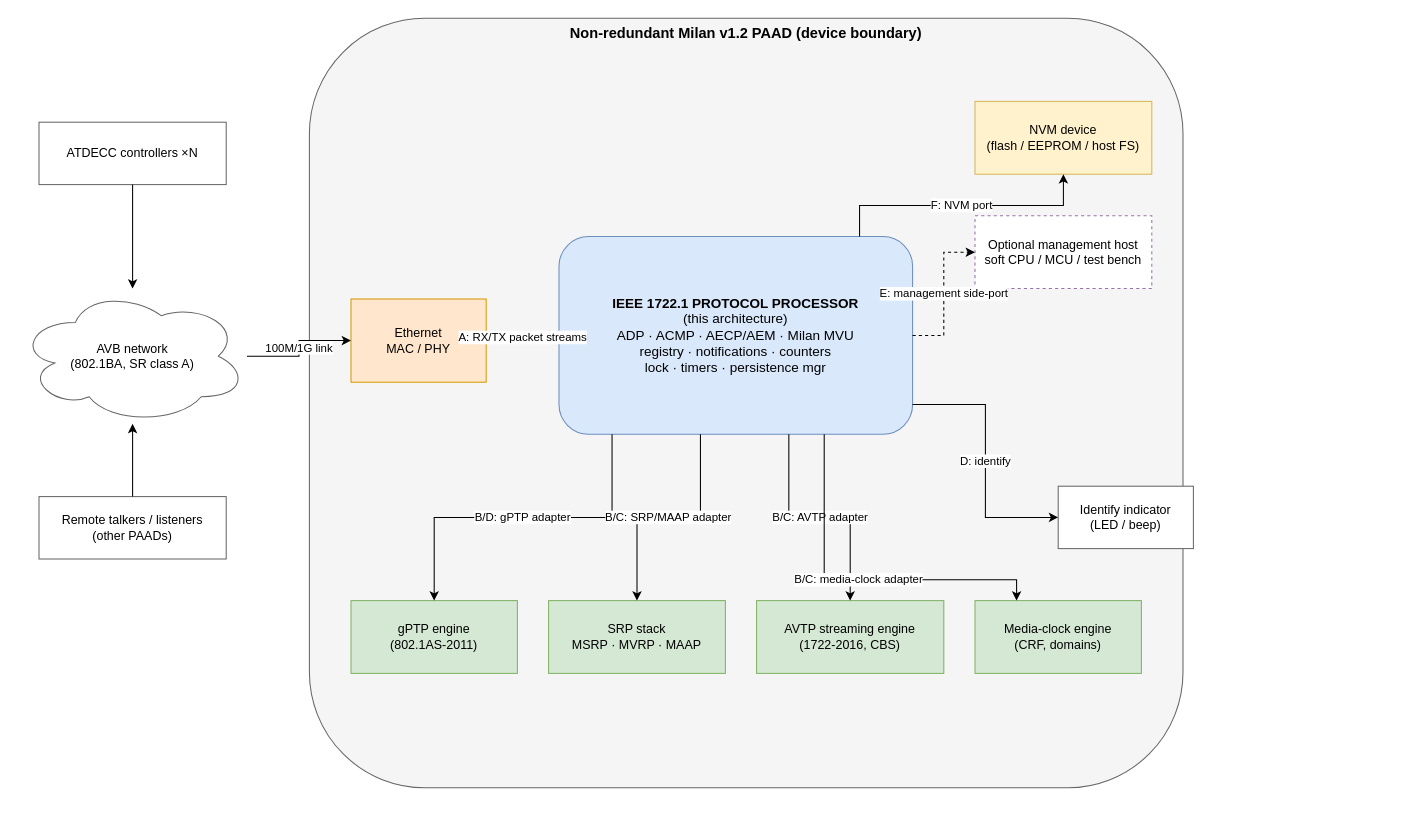
Earlier version of the draw.io diagram docs/diagrams/src/01-system-context.drawio (Mister-M-alt/protocol-processor-control-plane-avb-milan). Source tidied: cells renumbered, new cells numbered last; positions are measured from the earlier drawing's top-left corner, leaving out a move shared by most shapes. Both pictures are drawn from the tidied source at 104%, with x=0, y=0 at pixel (18, 18).
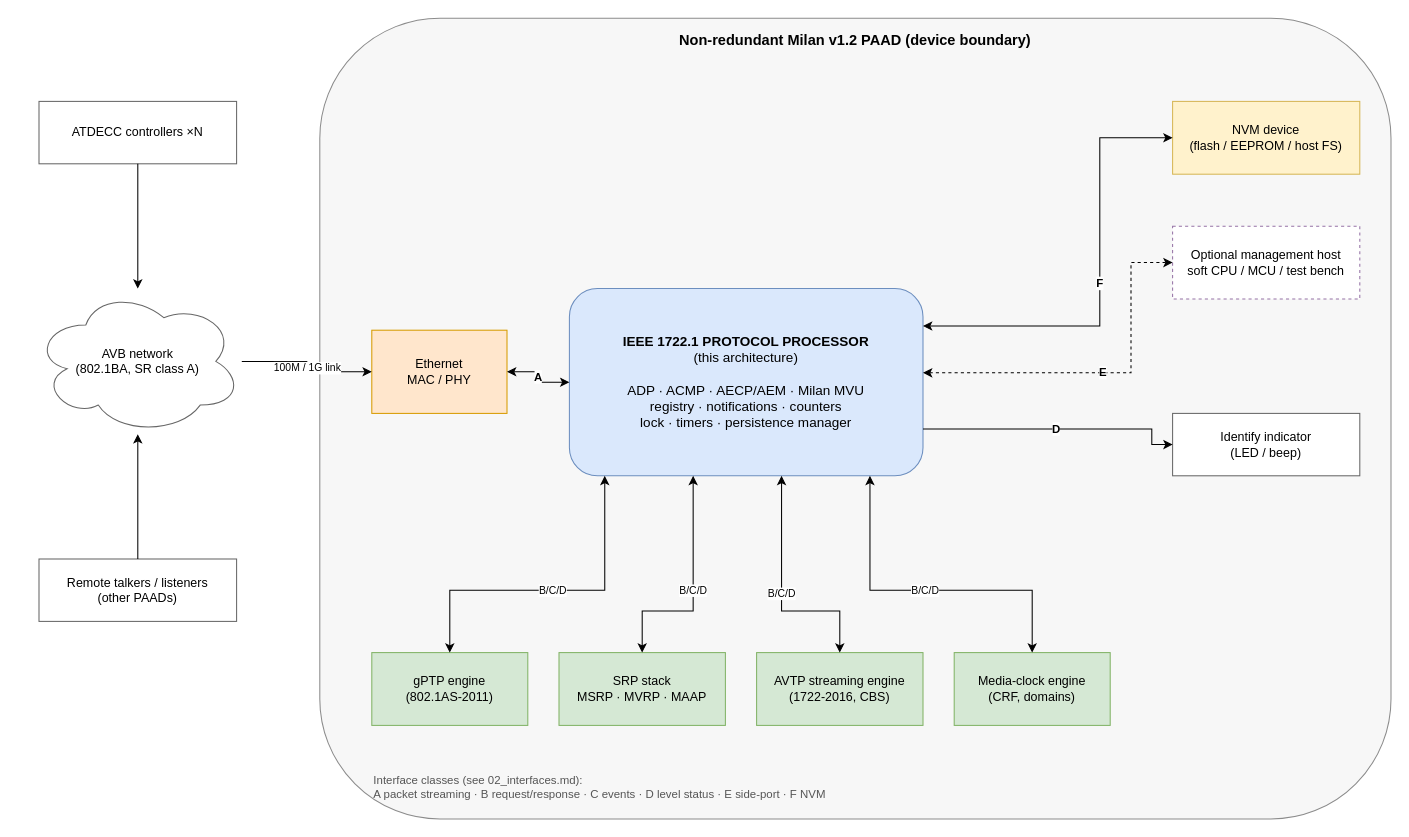
Above is the later version.

The edit, as a diff of the source:
```diff
@@
-    <mxCell id="2" value="Non-redundant Milan v1.2 PAAD (device boundary)" style="rounded=1;whiteSpace=wrap;html=1;fillColor=#f5f5f5;strokeColor=#666666;verticalAlign=top;fontSize=14;fontStyle=1;dashed=0;" parent="1" vertex="1">
-      <mxGeometry x="280" width="840" height="740" as="geometry" />
+    <mxCell id="2" value="Non-redundant Milan v1.2 PAAD (device boundary)" style="rounded=1;whiteSpace=wrap;html=1;fillColor=#f7f7f7;strokeColor=#8c8c8c;verticalAlign=top;fontSize=14;fontStyle=1;spacingTop=6;" parent="1" vertex="1">
+      <mxGeometry x="290" width="1030" height="770" as="geometry" />
     </mxCell>
+    <mxCell id="4" value="ATDECC controllers ×N" style="rounded=0;whiteSpace=wrap;html=1;fillColor=#ffffff;strokeColor=#666666;fontSize=12;" parent="1" vertex="1">
+      <mxGeometry x="20" y="80" width="190" height="60" as="geometry" />
+    </mxCell>
-    <mxCell id="3" value="AVB network&lt;br&gt;(802.1BA, SR class A)" style="shape=cloud;whiteSpace=wrap;html=1;fillColor=#ffffff;strokeColor=#666666;fontSize=12;" parent="1" vertex="1">
-      <mxGeometry y="260" width="220" height="130" as="geometry" />
+    <mxCell id="3" value="AVB network&#10;(802.1BA, SR class A)" style="shape=cloud;whiteSpace=wrap;html=1;fillColor=#ffffff;strokeColor=#666666;fontSize=12;" parent="1" vertex="1">
+      <mxGeometry x="15" y="260" width="200" height="140" as="geometry" />
     </mxCell>
-    <mxCell id="4" value="ATDECC controllers ×N" style="rounded=0;whiteSpace=wrap;html=1;fillColor=#ffffff;strokeColor=#666666;" parent="1" vertex="1">
-      <mxGeometry x="20" y="100" width="180" height="60" as="geometry" />
-    </mxCell>
-    <mxCell id="5" value="Remote talkers / listeners&lt;br&gt;(other PAADs)" style="rounded=0;whiteSpace=wrap;html=1;fillColor=#ffffff;strokeColor=#666666;" parent="1" vertex="1">
-      <mxGeometry x="20" y="460" width="180" height="60" as="geometry" />
+    <mxCell id="5" value="Remote talkers / listeners&#10;(other PAADs)" style="rounded=0;whiteSpace=wrap;html=1;fillColor=#ffffff;strokeColor=#666666;fontSize=12;" parent="1" vertex="1">
+      <mxGeometry x="20" y="520" width="190" height="60" as="geometry" />
     </mxCell>
-    <mxCell id="6" value="Ethernet&lt;br&gt;MAC / PHY" style="rounded=0;whiteSpace=wrap;html=1;fillColor=#ffe6cc;strokeColor=#d79b00;" parent="1" vertex="1">
-      <mxGeometry x="320" y="270" width="130" height="80" as="geometry" />
+    <mxCell id="6" value="Ethernet&#10;MAC / PHY" style="rounded=0;whiteSpace=wrap;html=1;fillColor=#ffe6cc;strokeColor=#d79b00;fontSize=12;" parent="1" vertex="1">
+      <mxGeometry x="340" y="300" width="130" height="80" as="geometry" />
     </mxCell>
-    <mxCell id="7" value="&lt;b&gt;IEEE 1722.1 PROTOCOL PROCESSOR&lt;/b&gt;&lt;br&gt;(this architecture)&lt;br&gt;ADP · ACMP · AECP/AEM · Milan MVU&lt;br&gt;registry · notifications · counters&lt;br&gt;lock · timers · persistence mgr" style="rounded=1;whiteSpace=wrap;html=1;fillColor=#dae8fc;strokeColor=#6c8ebf;fontSize=13;" parent="1" vertex="1">
-      <mxGeometry x="520" y="210" width="340" height="190" as="geometry" />
+    <mxCell id="7" value="&lt;b&gt;IEEE 1722.1 PROTOCOL PROCESSOR&lt;/b&gt;&#10;(this architecture)&#10;&#10;ADP · ACMP · AECP/AEM · Milan MVU&#10;registry · notifications · counters&#10;lock · timers · persistence manager" style="rounded=1;whiteSpace=wrap;html=1;fillColor=#dae8fc;strokeColor=#6c8ebf;fontSize=13;verticalAlign=middle;" parent="1" vertex="1">
+      <mxGeometry x="530" y="260" width="340" height="180" as="geometry" />
     </mxCell>
-    <mxCell id="8" value="gPTP engine&lt;br&gt;(802.1AS-2011)" style="rounded=0;whiteSpace=wrap;html=1;fillColor=#d5e8d4;strokeColor=#82b366;" parent="1" vertex="1">
-      <mxGeometry x="320" y="560" width="160" height="70" as="geometry" />
+    <mxCell id="8" value="gPTP engine&#10;(802.1AS-2011)" style="rounded=0;whiteSpace=wrap;html=1;fillColor=#d5e8d4;strokeColor=#82b366;fontSize=12;" parent="1" vertex="1">
+      <mxGeometry x="340" y="610" width="150" height="70" as="geometry" />
     </mxCell>
-    <mxCell id="9" value="SRP stack&lt;br&gt;MSRP · MVRP · MAAP" style="rounded=0;whiteSpace=wrap;html=1;fillColor=#d5e8d4;strokeColor=#82b366;" parent="1" vertex="1">
-      <mxGeometry x="510" y="560" width="170" height="70" as="geometry" />
+    <mxCell id="9" value="SRP stack&#10;MSRP · MVRP · MAAP" style="rounded=0;whiteSpace=wrap;html=1;fillColor=#d5e8d4;strokeColor=#82b366;fontSize=12;" parent="1" vertex="1">
+      <mxGeometry x="520" y="610" width="160" height="70" as="geometry" />
     </mxCell>
-    <mxCell id="10" value="AVTP streaming engine&lt;br&gt;(1722-2016, CBS)" style="rounded=0;whiteSpace=wrap;html=1;fillColor=#d5e8d4;strokeColor=#82b366;" parent="1" vertex="1">
-      <mxGeometry x="710" y="560" width="180" height="70" as="geometry" />
+    <mxCell id="10" value="AVTP streaming engine&#10;(1722-2016, CBS)" style="rounded=0;whiteSpace=wrap;html=1;fillColor=#d5e8d4;strokeColor=#82b366;fontSize=12;" parent="1" vertex="1">
+      <mxGeometry x="710" y="610" width="160" height="70" as="geometry" />
     </mxCell>
-    <mxCell id="11" value="Media-clock engine&lt;br&gt;(CRF, domains)" style="rounded=0;whiteSpace=wrap;html=1;fillColor=#d5e8d4;strokeColor=#82b366;" parent="1" vertex="1">
-      <mxGeometry x="920" y="560" width="160" height="70" as="geometry" />
+    <mxCell id="11" value="Media-clock engine&#10;(CRF, domains)" style="rounded=0;whiteSpace=wrap;html=1;fillColor=#d5e8d4;strokeColor=#82b366;fontSize=12;" parent="1" vertex="1">
+      <mxGeometry x="900" y="610" width="150" height="70" as="geometry" />
     </mxCell>
-    <mxCell id="12" value="NVM device&lt;br&gt;(flash / EEPROM / host FS)" style="rounded=0;whiteSpace=wrap;html=1;fillColor=#fff2cc;strokeColor=#d6b656;" parent="1" vertex="1">
-      <mxGeometry x="920" y="80" width="170" height="70" as="geometry" />
+    <mxCell id="12" value="NVM device&#10;(flash / EEPROM / host FS)" style="rounded=0;whiteSpace=wrap;html=1;fillColor=#fff2cc;strokeColor=#d6b656;fontSize=12;" parent="1" vertex="1">
+      <mxGeometry x="1110" y="80" width="180" height="70" as="geometry" />
     </mxCell>
-    <mxCell id="13" value="Optional management host&lt;br&gt;soft CPU / MCU / test bench" style="rounded=0;whiteSpace=wrap;html=1;fillColor=#ffffff;strokeColor=#9673a6;dashed=1;" parent="1" vertex="1">
-      <mxGeometry x="920" y="190" width="170" height="70" as="geometry" />
+    <mxCell id="13" value="Optional management host&#10;soft CPU / MCU / test bench" style="rounded=0;whiteSpace=wrap;html=1;fillColor=#ffffff;strokeColor=#9673a6;dashed=1;fontSize=12;" parent="1" vertex="1">
+      <mxGeometry x="1110" y="200" width="180" height="70" as="geometry" />
     </mxCell>
-    <mxCell id="14" value="Identify indicator&lt;br&gt;(LED / beep)" style="rounded=0;whiteSpace=wrap;html=1;fillColor=#ffffff;strokeColor=#666666;" parent="1" vertex="1">
-      <mxGeometry x="1000" y="450" width="130" height="60" as="geometry" />
+    <mxCell id="14" value="Identify indicator&#10;(LED / beep)" style="rounded=0;whiteSpace=wrap;html=1;fillColor=#ffffff;strokeColor=#666666;fontSize=12;" parent="1" vertex="1">
+      <mxGeometry x="1110" y="380" width="180" height="60" as="geometry" />
     </mxCell>
+    <mxCell id="26" value="Interface classes (see 02_interfaces.md):&#10;A packet streaming · B request/response · C events · D level status · E side-port · F NVM" style="text;html=1;whiteSpace=wrap;align=left;verticalAlign=top;fontSize=11;fontColor=#555555;" parent="1" vertex="1">
+      <mxGeometry x="340" y="720" width="620" height="40" as="geometry" />
+    </mxCell>
-    <mxCell id="15" style="edgeStyle=orthogonalEdgeStyle;rounded=0;html=1;" parent="1" edge="1" source="4" target="3">
+    <mxCell id="15" style="edgeStyle=orthogonalEdgeStyle;rounded=0;html=1;exitX=0.5;exitY=1;exitDx=0;exitDy=0;entryX=0.5;entryY=0;entryDx=0;entryDy=0;" parent="1" edge="1" source="4" target="3">
       <mxGeometry relative="1" as="geometry" />
     </mxCell>
-    <mxCell id="16" style="edgeStyle=orthogonalEdgeStyle;rounded=0;html=1;" parent="1" edge="1" source="5" target="3">
+    <mxCell id="16" style="edgeStyle=orthogonalEdgeStyle;rounded=0;html=1;exitX=0.5;exitY=0;exitDx=0;exitDy=0;entryX=0.5;entryY=1;entryDx=0;entryDy=0;" parent="1" edge="1" source="5" target="3">
       <mxGeometry relative="1" as="geometry" />
     </mxCell>
-    <mxCell id="17" value="100M/1G link" style="edgeStyle=orthogonalEdgeStyle;rounded=0;html=1;" parent="1" edge="1" source="3" target="6">
+    <mxCell id="17" value="100M / 1G link" style="edgeStyle=orthogonalEdgeStyle;rounded=0;html=1;fontSize=10;labelBackgroundColor=#ffffff;exitX=1;exitY=0.5;exitDx=0;exitDy=0;entryX=0;entryY=0.5;entryDx=0;entryDy=0;" parent="1" edge="1" source="3" target="6">
       <mxGeometry relative="1" as="geometry" />
     </mxCell>
-    <mxCell id="18" value="A: RX/TX packet streams" style="edgeStyle=orthogonalEdgeStyle;rounded=0;html=1;" parent="1" edge="1" source="6" target="7">
+    <mxCell id="18" value="A" style="edgeStyle=orthogonalEdgeStyle;rounded=0;html=1;fontSize=11;fontStyle=1;labelBackgroundColor=#ffffff;startArrow=classic;startFill=1;exitX=1;exitY=0.5;exitDx=0;exitDy=0;entryX=0;entryY=0.5;entryDx=0;entryDy=0;" parent="1" edge="1" source="6" target="7">
       <mxGeometry relative="1" as="geometry" />
     </mxCell>
-    <mxCell id="19" value="B/D: gPTP adapter" style="edgeStyle=orthogonalEdgeStyle;rounded=0;html=1;exitX=0.15;exitY=1;" parent="1" edge="1" source="7" target="8">
-      <mxGeometry relative="1" as="geometry" />
+    <mxCell id="19" value="B/C/D" style="edgeStyle=orthogonalEdgeStyle;rounded=0;html=1;fontSize=10;labelBackgroundColor=#ffffff;startArrow=classic;startFill=1;exitX=0.1;exitY=1;exitDx=0;exitDy=0;entryX=0.5;entryY=0;entryDx=0;entryDy=0;" parent="1" edge="1" source="7" target="8">
+      <mxGeometry relative="1" as="geometry">
+        <Array as="points">
+          <mxPoint x="564" y="550" />
+          <mxPoint x="415" y="550" />
+        </Array>
+      </mxGeometry>
     </mxCell>
-    <mxCell id="20" value="B/C: SRP/MAAP adapter" style="edgeStyle=orthogonalEdgeStyle;rounded=0;html=1;exitX=0.4;exitY=1;" parent="1" edge="1" source="7" target="9">
-      <mxGeometry relative="1" as="geometry" />
+    <mxCell id="20" value="B/C/D" style="edgeStyle=orthogonalEdgeStyle;rounded=0;html=1;fontSize=10;labelBackgroundColor=#ffffff;startArrow=classic;startFill=1;exitX=0.35;exitY=1;exitDx=0;exitDy=0;entryX=0.5;entryY=0;entryDx=0;entryDy=0;" parent="1" edge="1" source="7" target="9">
+      <mxGeometry relative="1" as="geometry">
+        <Array as="points">
+          <mxPoint x="649" y="570" />
+          <mxPoint x="600" y="570" />
+        </Array>
+      </mxGeometry>
     </mxCell>
-    <mxCell id="21" value="B/C: AVTP adapter" style="edgeStyle=orthogonalEdgeStyle;rounded=0;html=1;exitX=0.65;exitY=1;" parent="1" edge="1" source="7" target="10">
-      <mxGeometry relative="1" as="geometry" />
+    <mxCell id="21" value="B/C/D" style="edgeStyle=orthogonalEdgeStyle;rounded=0;html=1;fontSize=10;labelBackgroundColor=#ffffff;startArrow=classic;startFill=1;exitX=0.6;exitY=1;exitDx=0;exitDy=0;entryX=0.5;entryY=0;entryDx=0;entryDy=0;" parent="1" edge="1" source="7" target="10">
+      <mxGeometry relative="1" as="geometry">
+        <Array as="points">
+          <mxPoint x="734" y="570" />
+          <mxPoint x="790" y="570" />
+        </Array>
+      </mxGeometry>
     </mxCell>
-    <mxCell id="22" value="B/C: media-clock adapter" style="edgeStyle=orthogonalEdgeStyle;rounded=0;html=1;exitX=0.75;exitY=1;exitDx=0;exitDy=0;entryX=0.25;entryY=0;entryDx=0;entryDy=0;" parent="1" edge="1" source="7" target="11">
+    <mxCell id="22" value="B/C/D" style="edgeStyle=orthogonalEdgeStyle;rounded=0;html=1;fontSize=10;labelBackgroundColor=#ffffff;startArrow=classic;startFill=1;exitX=0.85;exitY=1;exitDx=0;exitDy=0;entryX=0.5;entryY=0;entryDx=0;entryDy=0;" parent="1" edge="1" source="7" target="11">
       <mxGeometry relative="1" as="geometry">
         <Array as="points">
-          <mxPoint x="775" y="540" />
-          <mxPoint x="960" y="540" />
+          <mxPoint x="819" y="550" />
+          <mxPoint x="975" y="550" />
         </Array>
       </mxGeometry>
     </mxCell>
-    <mxCell id="23" value="F: NVM port" style="edgeStyle=orthogonalEdgeStyle;rounded=0;html=1;exitX=0.85;exitY=0;exitDx=0;exitDy=0;entryX=0.5;entryY=1;entryDx=0;entryDy=0;" parent="1" edge="1" source="7" target="12">
-      <mxGeometry relative="1" as="geometry" />
+    <mxCell id="23" value="F" style="edgeStyle=orthogonalEdgeStyle;rounded=0;html=1;fontSize=11;fontStyle=1;labelBackgroundColor=#ffffff;startArrow=classic;startFill=1;exitX=1;exitY=0.2;exitDx=0;exitDy=0;entryX=0;entryY=0.5;entryDx=0;entryDy=0;" parent="1" edge="1" source="7" target="12">
+      <mxGeometry relative="1" as="geometry">
+        <Array as="points">
+          <mxPoint x="1040" y="296" />
+          <mxPoint x="1040" y="115" />
+        </Array>
+      </mxGeometry>
     </mxCell>
-    <mxCell id="24" value="E: management side-port" style="edgeStyle=orthogonalEdgeStyle;rounded=0;html=1;dashed=1;exitX=1;exitY=0.5;exitDx=0;exitDy=0;entryX=0;entryY=0.5;entryDx=0;entryDy=0;" parent="1" edge="1" source="7" target="13">
-      <mxGeometry relative="1" as="geometry" />
+    <mxCell id="24" value="E" style="edgeStyle=orthogonalEdgeStyle;rounded=0;html=1;dashed=1;fontSize=11;fontStyle=1;labelBackgroundColor=#ffffff;startArrow=classic;startFill=1;exitX=1;exitY=0.45;exitDx=0;exitDy=0;entryX=0;entryY=0.5;entryDx=0;entryDy=0;" parent="1" edge="1" source="7" target="13">
+      <mxGeometry relative="1" as="geometry">
+        <Array as="points">
+          <mxPoint x="1070" y="341" />
+          <mxPoint x="1070" y="235" />
+        </Array>
+      </mxGeometry>
     </mxCell>
-    <mxCell id="25" value="D: identify" style="edgeStyle=orthogonalEdgeStyle;rounded=0;html=1;exitX=1;exitY=0.85;exitDx=0;exitDy=0;entryX=0;entryY=0.5;entryDx=0;entryDy=0;" parent="1" edge="1" source="7" target="14">
-      <mxGeometry relative="1" as="geometry" />
+    <mxCell id="25" value="D" style="edgeStyle=orthogonalEdgeStyle;rounded=0;html=1;fontSize=11;fontStyle=1;labelBackgroundColor=#ffffff;exitX=1;exitY=0.75;exitDx=0;exitDy=0;entryX=0;entryY=0.5;entryDx=0;entryDy=0;" parent="1" edge="1" source="7" target="14">
+      <mxGeometry relative="1" as="geometry">
+        <Array as="points">
+          <mxPoint x="1090" y="395" />
+          <mxPoint x="1090" y="410" />
+        </Array>
+      </mxGeometry>
     </mxCell>
```
